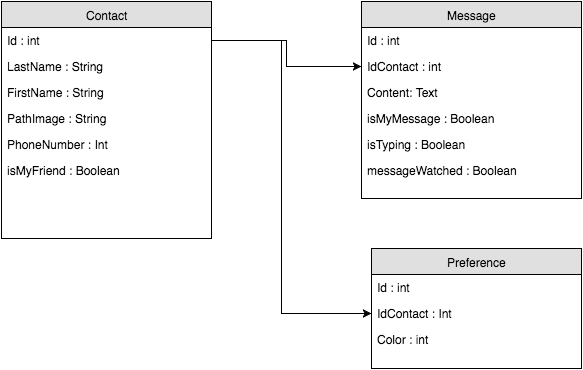
This is doc/diagramDB.png from JulienGenoud/EasyMessages, a draw.io export, as it was before one commit. Source tidied: cells renumbered, new cells last; positions are measured from the earlier drawing's top-left corner, leaving out a move shared by most shapes.
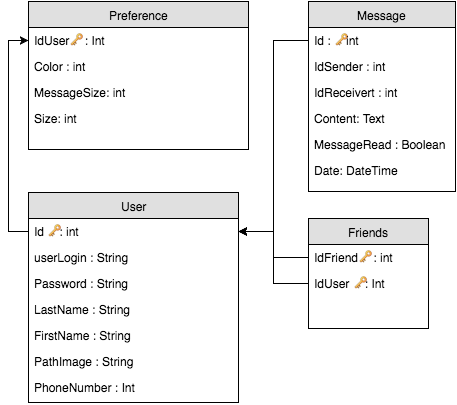
The same diagram one commit later.

What changed in the source:
```diff
@@ -2,75 +2,91 @@
   <root>
     <mxCell id="0" />
     <mxCell id="1" parent="0" />
-    <mxCell id="2" value="Contact" style="swimlane;html=1;fontStyle=0;horizontal=1;startSize=26;fillColor=#e0e0e0;swimlaneFillColor=#ffffff;align=center;" parent="1" vertex="1">
-      <mxGeometry width="210" height="237" as="geometry" />
+    <mxCell id="2" value="User" style="swimlane;html=1;fontStyle=0;horizontal=1;startSize=26;fillColor=#e0e0e0;swimlaneFillColor=#ffffff;align=center;" parent="1" vertex="1">
+      <mxGeometry x="20" y="187" width="210" height="210" as="geometry" />
     </mxCell>
-    <mxCell id="3" value="Id : int" style="text;html=1;strokeColor=none;fillColor=none;spacingLeft=4;spacingRight=4;whiteSpace=wrap;overflow=hidden;points=[[0,0.5],[1,0.5]];portConstraint=eastwest;" parent="2" vertex="1">
+    <mxCell id="3" value="Id&amp;nbsp;&lt;span&gt;🔑&lt;/span&gt;: int" style="text;html=1;strokeColor=none;fillColor=none;spacingLeft=4;spacingRight=4;whiteSpace=wrap;overflow=hidden;points=[[0,0.5],[1,0.5]];portConstraint=eastwest;" parent="2" vertex="1">
       <mxGeometry y="26" width="210" height="26" as="geometry" />
     </mxCell>
+    <mxCell id="22" value="userLogin : String" style="text;html=1;strokeColor=none;fillColor=none;spacingLeft=4;spacingRight=4;whiteSpace=wrap;overflow=hidden;" parent="2" vertex="1">
+      <mxGeometry y="52" width="210" height="26" as="geometry" />
+    </mxCell>
+    <mxCell id="23" value="Password : String" style="text;html=1;strokeColor=none;fillColor=none;spacingLeft=4;spacingRight=4;whiteSpace=wrap;overflow=hidden;" parent="2" vertex="1">
+      <mxGeometry y="78" width="210" height="26" as="geometry" />
+    </mxCell>
     <mxCell id="4" value="LastName : String" style="text;html=1;strokeColor=none;fillColor=none;spacingLeft=4;spacingRight=4;whiteSpace=wrap;overflow=hidden;" parent="2" vertex="1">
-      <mxGeometry y="52" width="210" height="26" as="geometry" />
+      <mxGeometry y="104" width="210" height="26" as="geometry" />
     </mxCell>
     <mxCell id="5" value="FirstName : String" style="text;html=1;strokeColor=none;fillColor=none;spacingLeft=4;spacingRight=4;whiteSpace=wrap;overflow=hidden;" parent="2" vertex="1">
-      <mxGeometry y="78" width="210" height="26" as="geometry" />
+      <mxGeometry y="130" width="210" height="26" as="geometry" />
     </mxCell>
     <mxCell id="6" value="PathImage : String" style="text;html=1;strokeColor=none;fillColor=none;spacingLeft=4;spacingRight=4;whiteSpace=wrap;overflow=hidden;" parent="2" vertex="1">
-      <mxGeometry y="104" width="210" height="26" as="geometry" />
+      <mxGeometry y="156" width="210" height="26" as="geometry" />
     </mxCell>
     <mxCell id="7" value="PhoneNumber : Int" style="text;html=1;strokeColor=none;fillColor=none;spacingLeft=4;spacingRight=4;whiteSpace=wrap;overflow=hidden;" parent="2" vertex="1">
-      <mxGeometry y="130" width="210" height="26" as="geometry" />
+      <mxGeometry y="182" width="210" height="26" as="geometry" />
     </mxCell>
-    <mxCell id="8" value="isMyFriend : Boolean" style="text;html=1;strokeColor=none;fillColor=none;spacingLeft=4;spacingRight=4;whiteSpace=wrap;overflow=hidden;" parent="2" vertex="1">
-      <mxGeometry y="156" width="210" height="26" as="geometry" />
-    </mxCell>
     <mxCell id="9" value="Message" style="swimlane;html=1;fontStyle=0;horizontal=1;startSize=26;fillColor=#e0e0e0;swimlaneFillColor=#ffffff;align=center;" parent="1" vertex="1">
-      <mxGeometry x="360" width="220" height="197" as="geometry" />
+      <mxGeometry x="300" y="-4" width="147" height="190" as="geometry" />
     </mxCell>
-    <mxCell id="10" value="Id : int" style="text;html=1;strokeColor=none;fillColor=none;spacingLeft=4;spacingRight=4;whiteSpace=wrap;overflow=hidden;points=[[0,0.5],[1,0.5]];portConstraint=eastwest;" parent="9" vertex="1">
-      <mxGeometry y="26" width="220" height="26" as="geometry" />
+    <mxCell id="10" value="Id :&amp;nbsp;&lt;span&gt;🔑&lt;/span&gt;int" style="text;html=1;strokeColor=none;fillColor=none;spacingLeft=4;spacingRight=4;whiteSpace=wrap;overflow=hidden;points=[[0,0.5],[1,0.5]];portConstraint=eastwest;" parent="9" vertex="1">
+      <mxGeometry y="26" width="147" height="26" as="geometry" />
     </mxCell>
+    <mxCell id="24" value="IdSender : int" style="text;html=1;strokeColor=none;fillColor=none;spacingLeft=4;spacingRight=4;whiteSpace=wrap;overflow=hidden;" parent="9" vertex="1">
+      <mxGeometry y="52" width="147" height="26" as="geometry" />
+    </mxCell>
-    <mxCell id="11" value="IdContact : int" style="text;html=1;strokeColor=none;fillColor=none;spacingLeft=4;spacingRight=4;whiteSpace=wrap;overflow=hidden;points=[[0,0.5],[1,0.5]];portConstraint=eastwest;" parent="9" vertex="1">
-      <mxGeometry y="52" width="220" height="26" as="geometry" />
+    <mxCell id="11" value="IdReceivert : int" style="text;html=1;strokeColor=none;fillColor=none;spacingLeft=4;spacingRight=4;whiteSpace=wrap;overflow=hidden;points=[[0,0.5],[1,0.5]];portConstraint=eastwest;" parent="9" vertex="1">
+      <mxGeometry y="78" width="147" height="26" as="geometry" />
     </mxCell>
     <mxCell id="12" value="Content: Text" style="text;html=1;strokeColor=none;fillColor=none;spacingLeft=4;spacingRight=4;whiteSpace=wrap;overflow=hidden;" parent="9" vertex="1">
-      <mxGeometry y="78" width="220" height="26" as="geometry" />
+      <mxGeometry y="104" width="147" height="26" as="geometry" />
     </mxCell>
-    <mxCell id="13" value="isMyMessage : Boolean" style="text;html=1;strokeColor=none;fillColor=none;spacingLeft=4;spacingRight=4;whiteSpace=wrap;overflow=hidden;" parent="9" vertex="1">
-      <mxGeometry y="104" width="220" height="26" as="geometry" />
-    </mxCell>
-    <mxCell id="14" value="isTyping : Boolean" style="text;html=1;strokeColor=none;fillColor=none;spacingLeft=4;spacingRight=4;whiteSpace=wrap;overflow=hidden;" parent="9" vertex="1">
-      <mxGeometry y="130" width="220" height="26" as="geometry" />
-    </mxCell>
-    <mxCell id="15" value="messageWatched : Boolean" style="text;html=1;strokeColor=none;fillColor=none;spacingLeft=4;spacingRight=4;whiteSpace=wrap;overflow=hidden;" parent="9" vertex="1">
-      <mxGeometry y="156" width="220" height="26" as="geometry" />
+    <mxCell id="15" value="MessageRead : Boolean" style="text;html=1;strokeColor=none;fillColor=none;spacingLeft=4;spacingRight=4;whiteSpace=wrap;overflow=hidden;" parent="9" vertex="1">
+      <mxGeometry y="130" width="147" height="26" as="geometry" />
     </mxCell>
-    <mxCell id="16" style="edgeStyle=orthogonalEdgeStyle;rounded=0;html=1;entryX=0;entryY=0.5;jettySize=auto;" parent="1" edge="1" source="3" target="11">
-      <mxGeometry relative="1" as="geometry">
-        <Array as="points">
-          <mxPoint x="285" y="39" />
-          <mxPoint x="285" y="65" />
-        </Array>
-      </mxGeometry>
-    </mxCell>
+    <mxCell id="25" value="Date: DateTime" style="text;html=1;strokeColor=none;fillColor=none;spacingLeft=4;spacingRight=4;whiteSpace=wrap;overflow=hidden;" parent="9" vertex="1">
+      <mxGeometry y="156" width="147" height="26" as="geometry" />
+    </mxCell>
+    <mxCell id="26" style="edgeStyle=orthogonalEdgeStyle;rounded=0;html=1;exitX=0.5;exitY=1;jettySize=auto;" parent="1" edge="1" source="17">
+      <mxGeometry relative="1" as="geometry">
+        <mxPoint x="115" y="107" as="targetPoint" />
+      </mxGeometry>
+    </mxCell>
     <mxCell id="17" value="Preference" style="swimlane;html=1;fontStyle=0;horizontal=1;startSize=26;fillColor=#e0e0e0;swimlaneFillColor=#ffffff;align=center;" parent="1" vertex="1">
-      <mxGeometry x="370" y="247" width="210" height="120" as="geometry" />
+      <mxGeometry x="20" y="-4" width="220" height="148" as="geometry" />
     </mxCell>
-    <mxCell id="18" value="Id : int" style="text;html=1;strokeColor=none;fillColor=none;spacingLeft=4;spacingRight=4;whiteSpace=wrap;overflow=hidden;" parent="17" vertex="1">
-      <mxGeometry y="26" width="210" height="26" as="geometry" />
-    </mxCell>
-    <mxCell id="19" value="IdContact : Int" style="text;html=1;strokeColor=none;fillColor=none;spacingLeft=4;spacingRight=4;whiteSpace=wrap;overflow=hidden;points=[[0,0.5],[1,0.5]];portConstraint=eastwest;" parent="17" vertex="1">
-      <mxGeometry y="52" width="210" height="26" as="geometry" />
+    <mxCell id="19" value="IdUser&lt;span&gt;🔑&lt;/span&gt;&amp;nbsp;: Int" style="text;html=1;strokeColor=none;fillColor=none;spacingLeft=4;spacingRight=4;whiteSpace=wrap;overflow=hidden;points=[[0,0.5],[1,0.5]];portConstraint=eastwest;" parent="17" vertex="1">
+      <mxGeometry y="26" width="220" height="26" as="geometry" />
     </mxCell>
     <mxCell id="20" value="Color : int" style="text;html=1;strokeColor=none;fillColor=none;spacingLeft=4;spacingRight=4;whiteSpace=wrap;overflow=hidden;" parent="17" vertex="1">
-      <mxGeometry y="78" width="210" height="26" as="geometry" />
+      <mxGeometry y="52" width="220" height="26" as="geometry" />
     </mxCell>
+    <mxCell id="27" value="MessageSize: int" style="text;html=1;strokeColor=none;fillColor=none;spacingLeft=4;spacingRight=4;whiteSpace=wrap;overflow=hidden;" parent="17" vertex="1">
+      <mxGeometry y="78" width="220" height="26" as="geometry" />
+    </mxCell>
+    <mxCell id="28" value="Size: int" style="text;html=1;strokeColor=none;fillColor=none;spacingLeft=4;spacingRight=4;whiteSpace=wrap;overflow=hidden;" parent="17" vertex="1">
+      <mxGeometry y="104" width="220" height="26" as="geometry" />
+    </mxCell>
+    <mxCell id="29" value="Friends" style="swimlane;html=1;fontStyle=0;horizontal=1;startSize=26;fillColor=#e0e0e0;swimlaneFillColor=#ffffff;align=center;" parent="1" vertex="1">
+      <mxGeometry x="300" y="213" width="120" height="110" as="geometry" />
+    </mxCell>
+    <mxCell id="30" value="IdFriend&lt;span&gt;🔑&lt;/span&gt;&amp;nbsp;: int" style="text;html=1;strokeColor=none;fillColor=none;spacingLeft=4;spacingRight=4;whiteSpace=wrap;overflow=hidden;points=[[0,0.5],[1,0.5]];portConstraint=eastwest;" parent="29" vertex="1">
+      <mxGeometry y="26" width="120" height="26" as="geometry" />
+    </mxCell>
+    <mxCell id="31" value="IdUser&amp;nbsp;&lt;span&gt;🔑&lt;/span&gt;: Int" style="text;html=1;strokeColor=none;fillColor=none;spacingLeft=4;spacingRight=4;whiteSpace=wrap;overflow=hidden;points=[[0,0.5],[1,0.5]];portConstraint=eastwest;" parent="29" vertex="1">
+      <mxGeometry y="52" width="120" height="26" as="geometry" />
+    </mxCell>
-    <mxCell id="21" style="edgeStyle=orthogonalEdgeStyle;rounded=0;html=1;exitX=1;exitY=0.5;jettySize=auto;entryX=0;entryY=0.5;" parent="1" edge="1" source="3" target="19">
-      <mxGeometry relative="1" as="geometry">
-        <Array as="points">
-          <mxPoint x="280" y="39" />
-          <mxPoint x="280" y="312" />
-        </Array>
-      </mxGeometry>
+    <mxCell id="21" style="edgeStyle=orthogonalEdgeStyle;rounded=0;html=1;exitX=0;exitY=0.5;entryX=0;entryY=0.5;jettySize=auto;" parent="1" edge="1" source="3" target="19">
+      <mxGeometry relative="1" as="geometry" />
     </mxCell>
+    <mxCell id="32" style="edgeStyle=orthogonalEdgeStyle;rounded=0;html=1;exitX=0;exitY=0.5;entryX=1;entryY=0.5;jettySize=auto;" parent="1" edge="1" source="31" target="3">
+      <mxGeometry relative="1" as="geometry" />
+    </mxCell>
+    <mxCell id="33" style="edgeStyle=orthogonalEdgeStyle;rounded=0;html=1;exitX=0;exitY=0.5;entryX=1;entryY=0.5;jettySize=auto;" parent="1" edge="1" source="10" target="3">
+      <mxGeometry relative="1" as="geometry" />
+    </mxCell>
+    <mxCell id="34" style="edgeStyle=orthogonalEdgeStyle;rounded=0;html=1;exitX=0;exitY=0.5;entryX=1;entryY=0.5;jettySize=auto;" parent="1" edge="1" source="30" target="3">
+      <mxGeometry relative="1" as="geometry" />
+    </mxCell>
   </root>
 </mxGraphModel>
```
